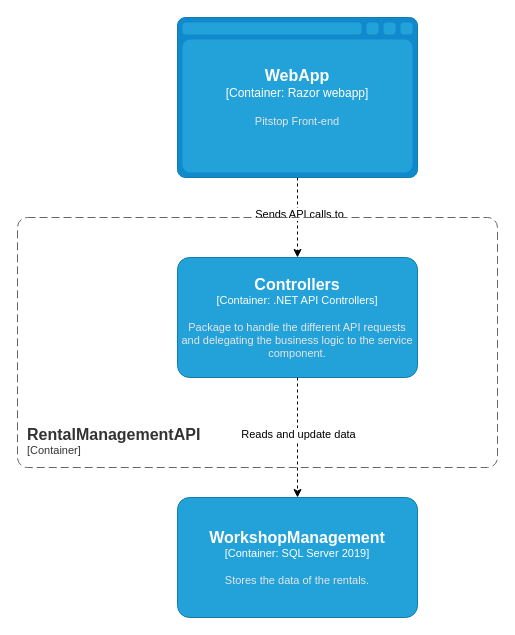
Before: Docs/Models/Component WorkshopManagementAPI.drawio in hanaim-devops/devops-bp-pitstop-uitbreiding-team-tbd, a draw.io diagram. Source tidied: cells renumbered, new cells numbered last; positions are measured from the earlier drawing's top-left corner, leaving out a move shared by most shapes. Both pictures are drawn from the tidied source at 100%, with x=0, y=0 at pixel (17, 17).
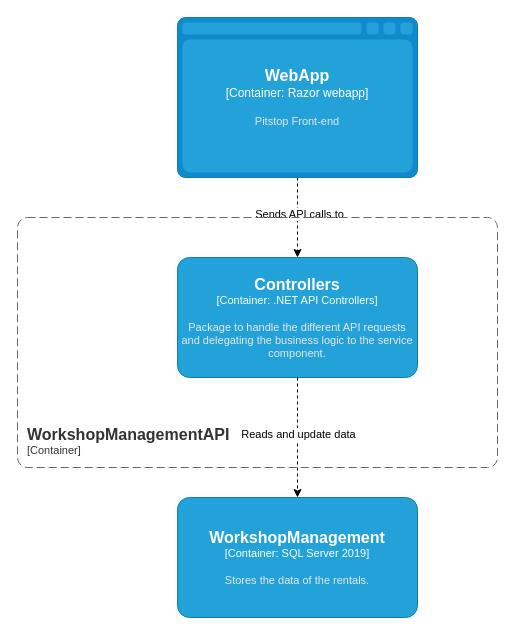
After the change.

The edit, as a diff of the source:
```diff
@@
 <mxGraphModel>
   <root>
     <mxCell id="0" />
     <mxCell id="1" parent="0" />
     <mxCell id="2" style="edgeStyle=orthogonalEdgeStyle;rounded=0;jettySize=auto;html=1;dashed=1;" parent="1" edge="1" source="4" target="5">
       <mxGeometry relative="1" as="geometry" />
     </mxCell>
     <mxCell id="3" value="Sends API calls to" style="edgeLabel;html=1;align=center;verticalAlign=middle;" parent="2" vertex="1">
       <mxGeometry x="-0.11" y="1" relative="1" as="geometry" />
     </mxCell>
     <object id="4" label="&lt;font style=&quot;font-size: 16px&quot;&gt;&lt;b&gt;%c4Name%&lt;/b&gt;&lt;/font&gt;&lt;div&gt;[%c4Type%:&amp;nbsp;%c4Technology%]&lt;/div&gt;&lt;br&gt;&lt;div&gt;&lt;font style=&quot;font-size: 11px&quot;&gt;&lt;font color=&quot;#E6E6E6&quot;&gt;%c4Description%&lt;/font&gt;&lt;/div&gt;" c4Description="Pitstop Front-end" c4Name="WebApp" c4Technology="Razor webapp" c4Type="Container" placeholders="1">
       <mxCell style="shape=mxgraph.c4.webBrowserContainer2;whiteSpace=wrap;html=1;boundedLbl=1;rounded=0;labelBackgroundColor=none;strokeColor=#118ACD;fillColor=#23A2D9;strokeColor=#118ACD;strokeColor2=#0E7DAD;fontSize=12;fontColor=#ffffff;align=center;points=[[0.5,0,0],[1,0.25,0],[1,0.5,0],[1,0.75,0],[0.5,1,0],[0,0.75,0],[0,0.5,0],[0,0.25,0]];" parent="1" vertex="1">
         <mxGeometry x="160" width="240" height="160" as="geometry" />
       </mxCell>
     </object>
     <object id="5" label="&lt;font style=&quot;font-size: 16px&quot;&gt;&lt;b&gt;%c4Name%&lt;/b&gt;&lt;/font&gt;&lt;div&gt;[%c4Type%: %c4Technology%]&lt;/div&gt;&lt;br&gt;&lt;div&gt;&lt;font style=&quot;font-size: 11px&quot;&gt;&lt;font color=&quot;#E6E6E6&quot;&gt;%c4Description%&lt;/font&gt;&lt;/div&gt;" c4Description="Package to handle the different API requests and delegating the business logic to the service component." c4Name="Controllers" c4Technology=".NET API Controllers" c4Type="Container" placeholders="1">
       <mxCell style="rounded=1;whiteSpace=wrap;html=1;fontSize=11;labelBackgroundColor=none;fillColor=#23A2D9;fontColor=#ffffff;align=center;arcSize=10;strokeColor=#0E7DAD;points=[[0.25,0,0],[0.5,0,0],[0.75,0,0],[1,0.25,0],[1,0.5,0],[1,0.75,0],[0.75,1,0],[0.5,1,0],[0.25,1,0],[0,0.75,0],[0,0.5,0],[0,0.25,0]];" parent="1" vertex="1">
         <mxGeometry x="160" y="240" width="240" height="120" as="geometry" />
       </mxCell>
     </object>
     <object id="6" label="&lt;font style=&quot;font-size: 16px&quot;&gt;&lt;b&gt;%c4Name%&lt;/b&gt;&lt;/font&gt;&lt;div&gt;[%c4Type%: %c4Technology%]&lt;/div&gt;&lt;br&gt;&lt;div&gt;&lt;font style=&quot;font-size: 11px&quot;&gt;&lt;font color=&quot;#E6E6E6&quot;&gt;%c4Description%&lt;/font&gt;&lt;/div&gt;" c4Description="Stores the data of the rentals." c4Name="WorkshopManagement" c4Technology="SQL Server 2019" c4Type="Container" placeholders="1">
       <mxCell style="rounded=1;whiteSpace=wrap;html=1;fontSize=11;labelBackgroundColor=none;fillColor=#23A2D9;fontColor=#ffffff;align=center;arcSize=10;strokeColor=#0E7DAD;points=[[0.25,0,0],[0.5,0,0],[0.75,0,0],[1,0.25,0],[1,0.5,0],[1,0.75,0],[0.75,1,0],[0.5,1,0],[0.25,1,0],[0,0.75,0],[0,0.5,0],[0,0.25,0]];" parent="1" vertex="1">
         <mxGeometry x="160" y="480" width="240" height="120" as="geometry" />
       </mxCell>
     </object>
-    <object id="7" label="&lt;font style=&quot;font-size: 16px&quot;&gt;&lt;b&gt;&lt;div style=&quot;text-align: left&quot;&gt;%c4Name%&lt;/div&gt;&lt;/b&gt;&lt;/font&gt;&lt;div style=&quot;text-align: left&quot;&gt;[%c4Application%]&lt;/div&gt;" c4Application="Container" c4Name="RentalManagementAPI" placeholders="1">
+    <object id="7" label="&lt;font style=&quot;font-size: 16px&quot;&gt;&lt;b&gt;&lt;div style=&quot;text-align: left&quot;&gt;%c4Name%&lt;/div&gt;&lt;/b&gt;&lt;/font&gt;&lt;div style=&quot;text-align: left&quot;&gt;[%c4Application%]&lt;/div&gt;" c4Application="Container" c4Name="WorkshopManagementAPI" placeholders="1">
       <mxCell style="rounded=1;fontSize=11;whiteSpace=wrap;html=1;dashed=1;arcSize=20;fillColor=none;strokeColor=#666666;fontColor=#333333;labelBackgroundColor=none;align=left;verticalAlign=bottom;labelBorderColor=none;spacingTop=0;spacing=10;dashPattern=8 4;perimeter=rectanglePerimeter;noLabel=0;labelPadding=0;absoluteArcSize=1;" parent="1" vertex="1">
         <mxGeometry y="200" width="480" height="250" as="geometry" />
       </mxCell>
     </object>
     <mxCell id="8" style="edgeStyle=orthogonalEdgeStyle;rounded=0;jettySize=auto;html=1;entryX=0.5;entryY=0;entryDx=0;entryDy=0;entryPerimeter=0;dashed=1;" parent="1" edge="1" source="5" target="6">
       <mxGeometry relative="1" as="geometry" />
     </mxCell>
     <mxCell id="9" value="Reads and update data" style="edgeLabel;html=1;align=center;verticalAlign=middle;" parent="8" vertex="1">
       <mxGeometry x="-0.33" y="-1" relative="1" as="geometry">
         <mxPoint x="1" y="16" as="offset" />
       </mxGeometry>
     </mxCell>
   </root>
 </mxGraphModel>
```
